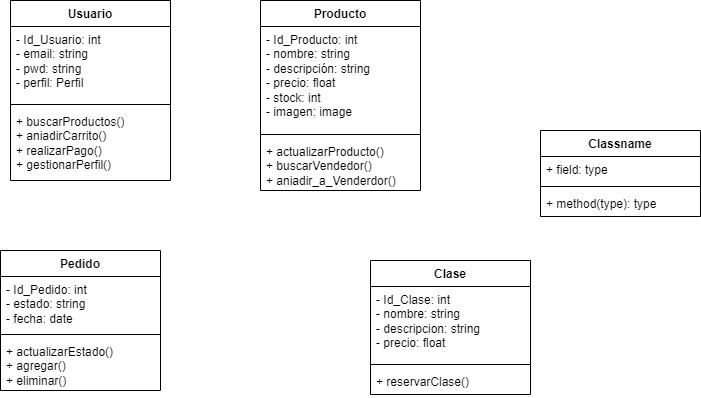
Above: Diagrama_clases.png in OscarELCRACK17/imagen (draw.io), before the change. Source tidied: cells renumbered, new cells last; positions are measured from the earlier drawing's top-left corner, leaving out a move shared by most shapes.
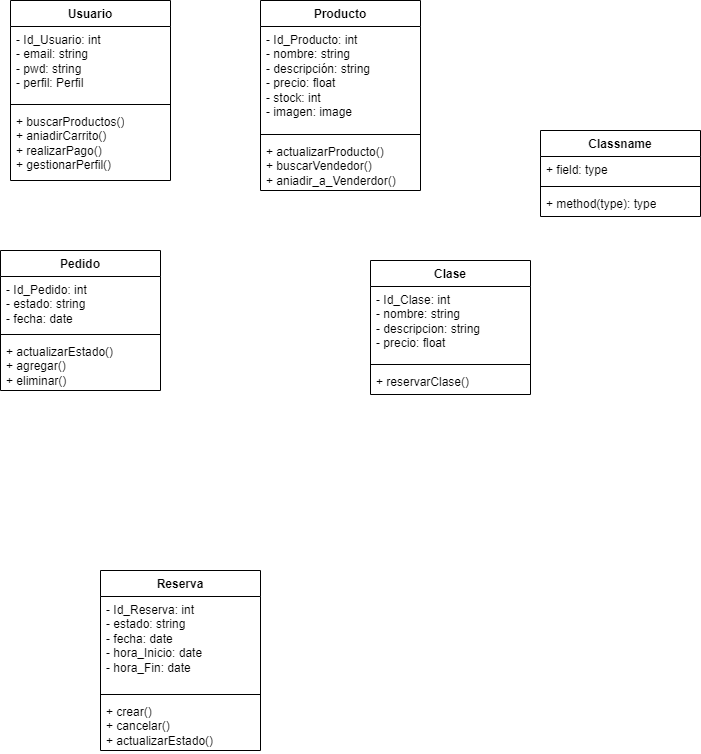
Later version of the same file.

What changed in the source:
```diff
@@ -62,5 +62,17 @@
     <mxCell id="21" value="+ actualizarProducto()&lt;br&gt;+ buscarVendedor()&lt;br&gt;+ aniadir_a_Venderdor()" style="text;strokeColor=none;fillColor=none;align=left;verticalAlign=top;spacingLeft=4;spacingRight=4;overflow=hidden;whiteSpace=wrap;html=1;" parent="18" vertex="1">
       <mxGeometry y="138" width="160" height="52" as="geometry" />
     </mxCell>
+    <mxCell id="22" value="Reserva" style="swimlane;fontStyle=1;align=center;verticalAlign=top;horizontal=1;startSize=26;whiteSpace=wrap;html=1;" parent="1" vertex="1">
+      <mxGeometry x="100" y="570" width="160" height="180" as="geometry" />
+    </mxCell>
+    <mxCell id="23" value="- Id_Reserva: int&lt;br&gt;- estado: string&lt;br&gt;- fecha: date&lt;br&gt;- hora_Inicio: date&lt;br&gt;- hora_Fin: date" style="text;strokeColor=none;fillColor=none;align=left;verticalAlign=top;spacingLeft=4;spacingRight=4;overflow=hidden;whiteSpace=wrap;html=1;" parent="22" vertex="1">
+      <mxGeometry y="26" width="160" height="94" as="geometry" />
+    </mxCell>
+    <mxCell id="24" style="line;strokeWidth=1;fillColor=none;align=left;verticalAlign=middle;spacingTop=-1;spacingLeft=3;spacingRight=3;labelPosition=right;strokeColor=inherit;" parent="22" vertex="1">
+      <mxGeometry y="120" width="160" height="8" as="geometry" />
+    </mxCell>
+    <mxCell id="25" value="+ crear()&lt;br&gt;+ cancelar()&lt;br&gt;+ actualizarEstado()" style="text;strokeColor=none;fillColor=none;align=left;verticalAlign=top;spacingLeft=4;spacingRight=4;overflow=hidden;whiteSpace=wrap;html=1;" parent="22" vertex="1">
+      <mxGeometry y="128" width="160" height="52" as="geometry" />
+    </mxCell>
   </root>
 </mxGraphModel>
```
